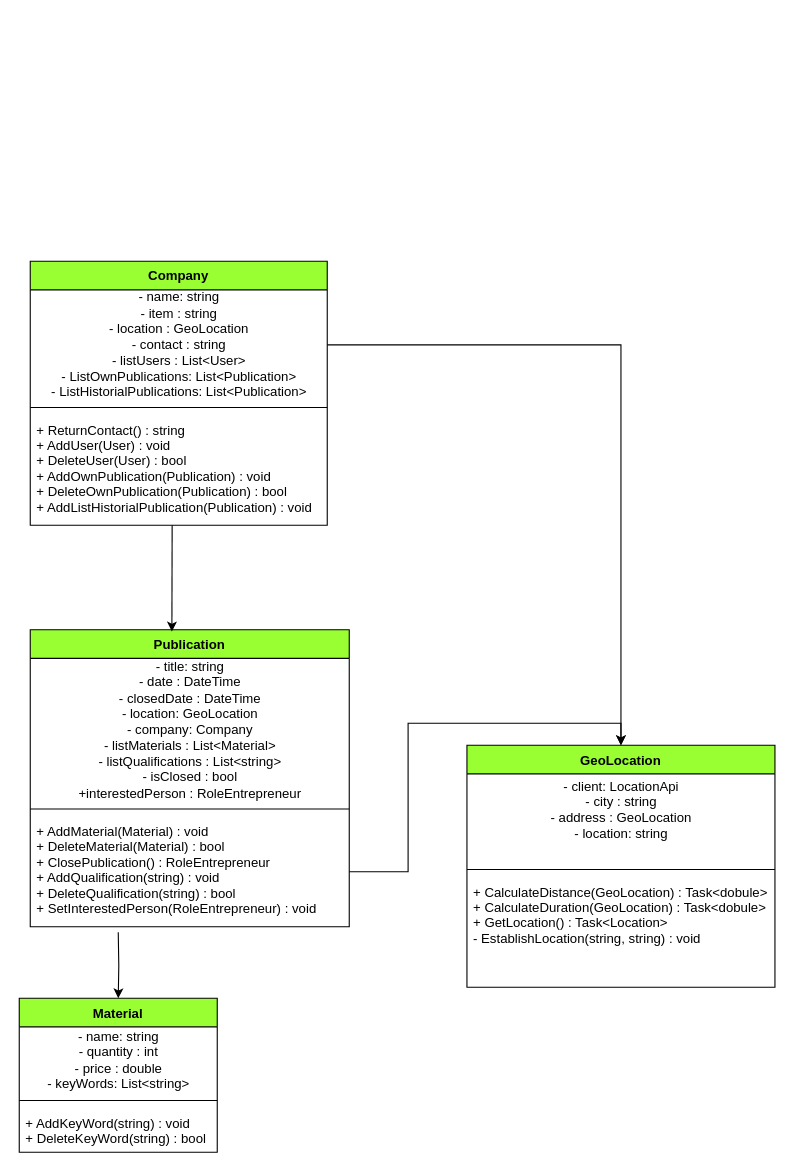
Above: docs/Diagrama.drawio in tomaspasto24/ProyectoEquipo4 (draw.io), before the change. Source tidied: cells renumbered, new cells numbered last; positions are measured from the earlier drawing's top-left corner, leaving out a move shared by most shapes. Both pictures are drawn from the tidied source at 110%, with x=0, y=0 at pixel (19, 261).
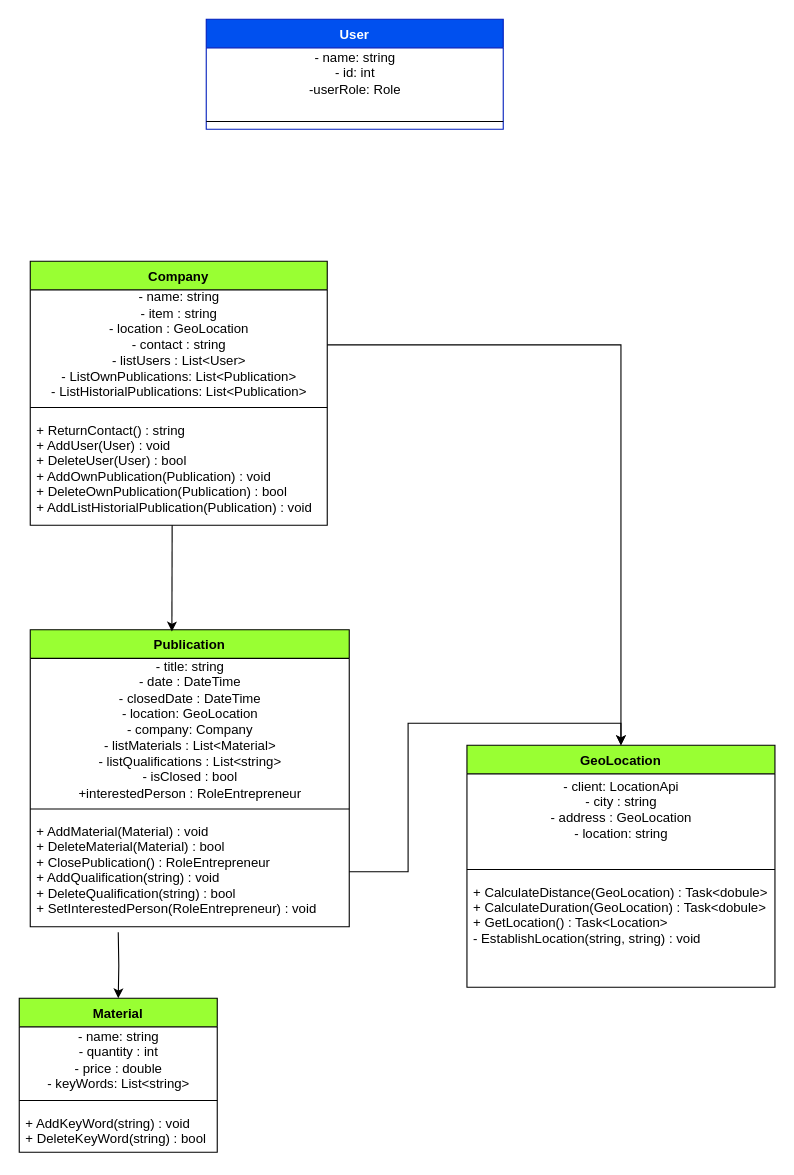
The same diagram, later.

What changed in the source:
```diff
@@
+    <mxCell id="22" value="User" style="swimlane;fontStyle=1;align=center;verticalAlign=top;horizontal=1;startSize=26;fillColor=#0050ef;strokeColor=#001DBC;fontColor=#ffffff;" parent="1" vertex="1">
+      <mxGeometry x="170" y="-220" width="270" height="100" as="geometry" />
+    </mxCell>
+    <mxCell id="23" value="&lt;div&gt;&lt;span&gt;- name: string&lt;/span&gt;&lt;br&gt;&lt;/div&gt;&lt;div&gt;- id: int&lt;/div&gt;&lt;div&gt;-userRole: Role&lt;/div&gt;&lt;div&gt;&lt;br&gt;&lt;/div&gt;" style="text;html=1;align=center;verticalAlign=middle;" parent="22" vertex="1">
+      <mxGeometry y="26" width="270" height="60" as="geometry" />
+    </mxCell>
+    <mxCell id="24" style="line;strokeWidth=1;fillColor=none;align=left;verticalAlign=middle;spacingTop=-1;spacingLeft=3;spacingRight=3;labelPosition=right;" parent="22" vertex="1">
+      <mxGeometry y="86" width="270" height="14" as="geometry" />
+    </mxCell>
```
